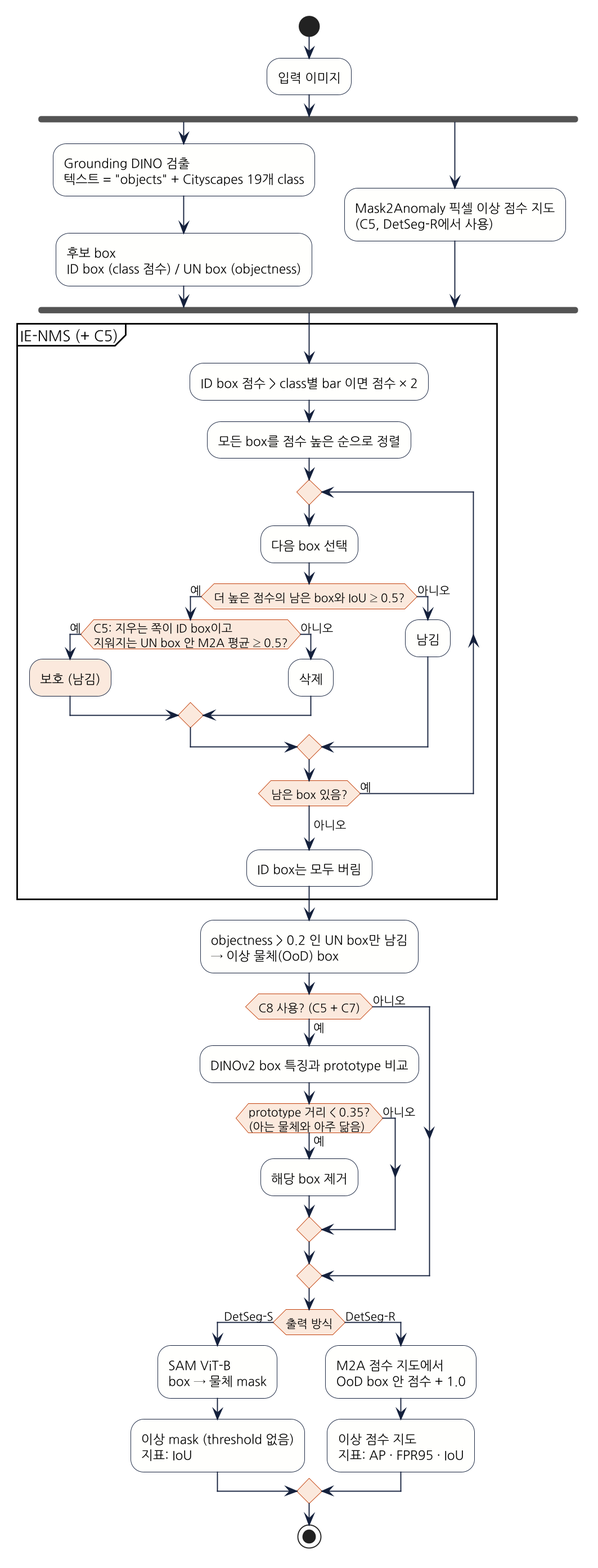
Earlier version of the PlantUML export assets/figures/pipeline_activity.png (xowns0302/autonomous-driving-anomaly-segmentation). Source of this version:
```plantuml
@startuml pipeline_activity
skinparam defaultFontName NanumGothic
skinparam dpi 180
skinparam shadowing false
skinparam ArrowColor #14213D
skinparam activity {
  BackgroundColor #FFFFFC
  BorderColor #14213D
  DiamondBackgroundColor #FBE9DD
  DiamondBorderColor #C2410C
}

start
:입력 이미지;
fork
  :Grounding DINO 검출
  텍스트 = "objects" + Cityscapes 19개 class;
  :후보 box
  ID box (class 점수) / UN box (objectness);
fork again
  :Mask2Anomaly 픽셀 이상 점수 지도
  (C5, DetSeg-R에서 사용);
end fork

partition "IE-NMS (+ C5)" {
  :ID box 점수 > class별 bar 이면 점수 × 2;
  :모든 box를 점수 높은 순으로 정렬;
  repeat
    :다음 box 선택;
    if (더 높은 점수의 남은 box와 IoU ≥ 0.5?) then (예)
      if (C5: 지우는 쪽이 ID box이고\n지워지는 UN box 안 M2A 평균 ≥ 0.5?) then (예)
        :보호 (남김); <<#FBE9DD>>
      else (아니오)
        :삭제;
      endif
    else (아니오)
      :남김;
    endif
  repeat while (남은 box 있음?) is (예)
  ->아니오;
  :ID box는 모두 버림;
}

:objectness > 0.2 인 UN box만 남김
→ 이상 물체(OoD) box;

if (C8 사용? (C5 + C7)) then (예)
  :DINOv2 box 특징과 prototype 비교;
  if (prototype 거리 < 0.35?\n(아는 물체와 아주 닮음)) then (예)
    :해당 box 제거;
  else (아니오)
  endif
else (아니오)
endif

if (출력 방식) then (DetSeg-S)
  :SAM ViT-B
  box → 물체 mask;
  :이상 mask (threshold 없음)
  지표: IoU;
else (DetSeg-R)
  :M2A 점수 지도에서
  OoD box 안 점수 + 1.0;
  :이상 점수 지도
  지표: AP · FPR95 · IoU;
endif
stop
@enduml
```
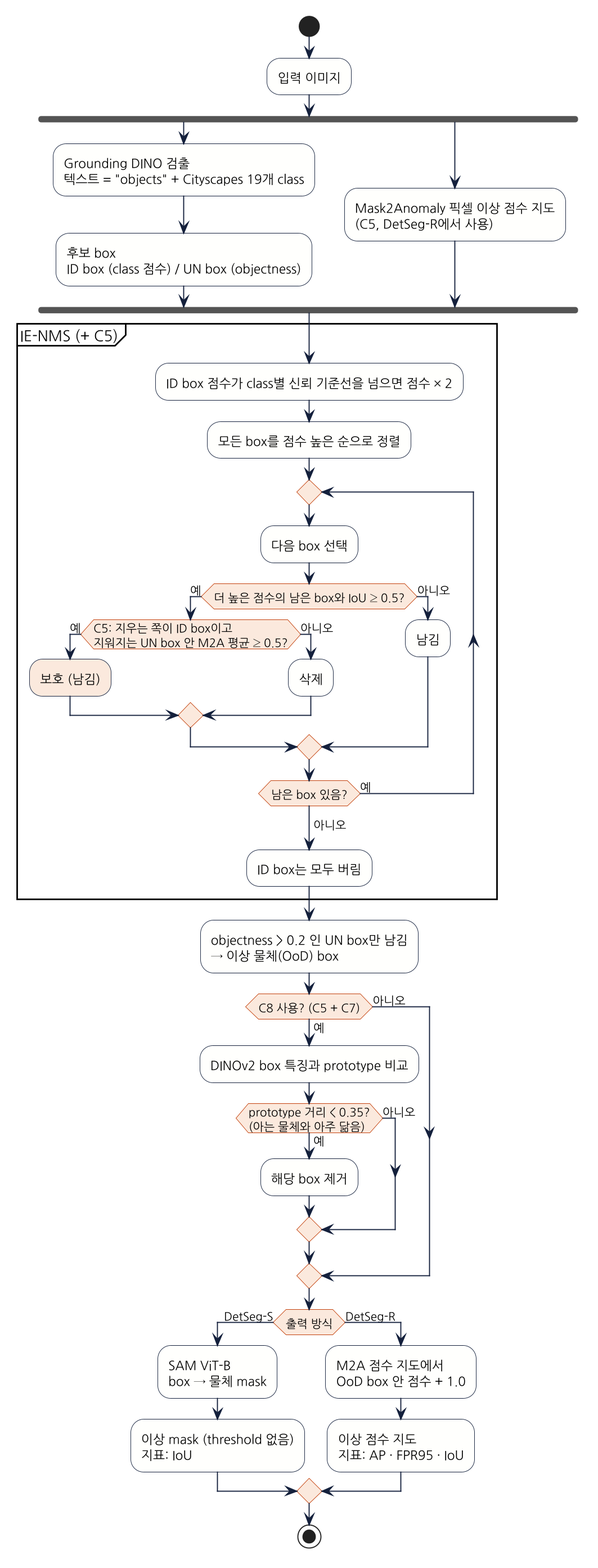
The same file after the commit.

Diff of the diagram source:
```diff
@@ -23,7 +23,7 @@
 end fork
 
 partition "IE-NMS (+ C5)" {
-  :ID box 점수 > class별 bar 이면 점수 × 2;
+  :ID box 점수가 class별 신뢰 기준선을 넘으면 점수 × 2;
   :모든 box를 점수 높은 순으로 정렬;
   repeat
     :다음 box 선택;
```
